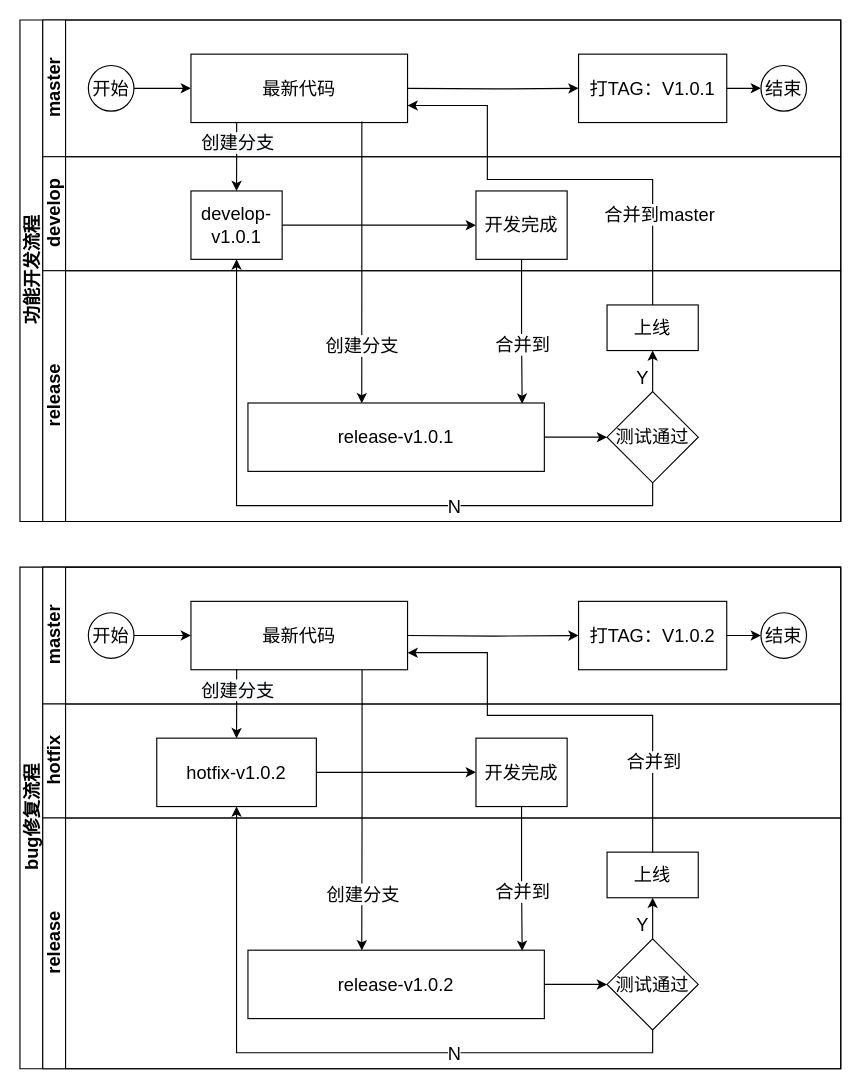
Above: page "git分支使用规范" (1 of 4) of 研发规范.drawio in aspojo/diagrams (draw.io), before the change. Source tidied: cells renumbered, new cells numbered last; positions are measured from the earlier drawing's top-left corner, leaving out a move shared by most shapes. Both pictures are drawn from the tidied source at 114%, with x=0, y=0 at pixel (19, 19).
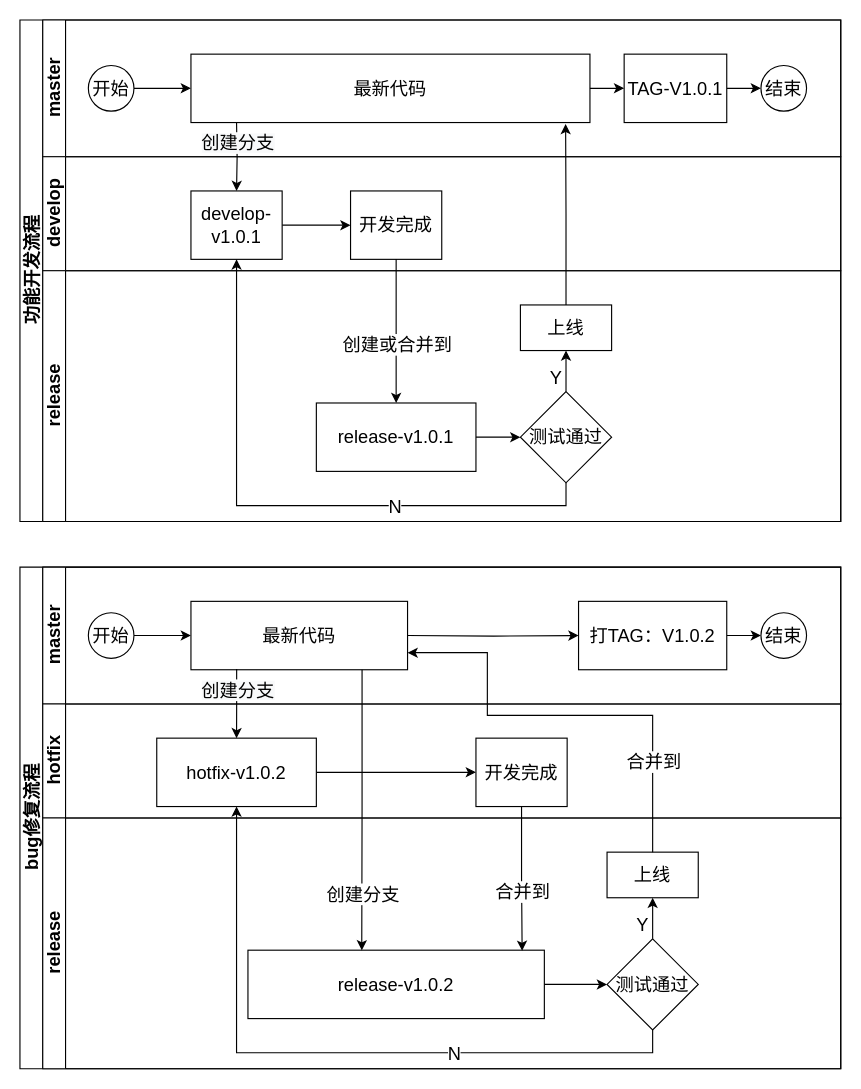
Above is the later version.

Commit message (it also covers changes not shown here):
更新研发规范.drawio

Unchanged cells that the change refers to:
```xml
<mxCell id="2" value="功能开发流程" style="swimlane;html=1;horizontal=0;startSize=20;fontSize=16;" parent="1" vertex="1">
  <mxGeometry width="720" height="440" as="geometry" />
</mxCell>
<mxCell id="3" value="master" style="swimlane;html=1;startSize=20;horizontal=0;fontSize=16;" parent="2" vertex="1">
  <mxGeometry x="20" width="700" height="120" as="geometry" />
</mxCell>
<mxCell id="11" value="develop" style="swimlane;html=1;startSize=20;horizontal=0;fontSize=16;" parent="2" vertex="1">
  <mxGeometry x="20" y="120" width="700" height="100" as="geometry" />
</mxCell>
<mxCell id="13" value="develop-v1.0.1" style="rounded=0;whiteSpace=wrap;html=1;fontFamily=Helvetica;fontSize=16;fontColor=#000000;align=center;" parent="11" vertex="1">
  <mxGeometry x="130" y="30" width="80" height="60" as="geometry" />
</mxCell>
<mxCell id="15" value="release" style="swimlane;html=1;startSize=20;horizontal=0;fontSize=16;" parent="2" vertex="1">
  <mxGeometry x="20" y="220" width="700" height="220" as="geometry" />
</mxCell>
```

Change to the diagram source:
```diff
@@
     <mxCell id="6" value="最新代码" style="rounded=0;whiteSpace=wrap;html=1;fontFamily=Helvetica;fontSize=16;fontColor=#000000;align=center;" parent="3" vertex="1">
-      <mxGeometry x="130" y="30" width="190" height="60" as="geometry" />
+      <mxGeometry x="130" y="30" width="350" height="60" as="geometry" />
     </mxCell>
@@
-    <mxCell id="8" value="打TAG：V1.0.1" style="rounded=0;whiteSpace=wrap;html=1;fontFamily=Helvetica;fontSize=16;fontColor=#000000;align=center;" parent="3" vertex="1">
-      <mxGeometry x="470" y="30" width="130" height="60" as="geometry" />
+    <mxCell id="8" value="TAG-V1.0.1" style="rounded=0;whiteSpace=wrap;html=1;fontFamily=Helvetica;fontSize=16;fontColor=#000000;align=center;" parent="3" vertex="1">
+      <mxGeometry x="510" y="30" width="90" height="60" as="geometry" />
     </mxCell>
@@
-    <mxCell id="10" style="edgeStyle=orthogonalEdgeStyle;rounded=0;jettySize=auto;html=1;fontSize=16;" parent="3" edge="1" target="8">
-      <mxGeometry relative="1" as="geometry">
-        <mxPoint x="320" y="60" as="sourcePoint" />
-      </mxGeometry>
+    <mxCell id="10" style="edgeStyle=orthogonalEdgeStyle;rounded=0;jettySize=auto;html=1;fontSize=16;exitX=1;exitY=0.5;exitDx=0;exitDy=0;" parent="3" edge="1" source="6" target="8">
+      <mxGeometry relative="1" as="geometry" />
     </mxCell>
@@
     <mxCell id="14" value="开发完成" style="rounded=0;whiteSpace=wrap;html=1;fontFamily=Helvetica;fontSize=16;fontColor=#000000;align=center;" parent="11" vertex="1">
-      <mxGeometry x="380" y="30" width="80" height="60" as="geometry" />
+      <mxGeometry x="270" y="30" width="80" height="60" as="geometry" />
     </mxCell>
@@
     <mxCell id="16" value="release-v1.0.1" style="rounded=0;whiteSpace=wrap;html=1;fontFamily=Helvetica;fontSize=16;fontColor=#000000;align=center;" parent="15" vertex="1">
-      <mxGeometry x="180" y="116" width="260" height="60" as="geometry" />
+      <mxGeometry x="240" y="116" width="140" height="60" as="geometry" />
     </mxCell>
     <mxCell id="17" value="测试通过" style="rhombus;whiteSpace=wrap;html=1;fontColor=#000000;rounded=0;fontSize=16;" parent="15" vertex="1">
-      <mxGeometry x="495" y="106" width="80" height="80" as="geometry" />
+      <mxGeometry x="419" y="106" width="80" height="80" as="geometry" />
     </mxCell>
@@
     <mxCell id="19" value="上线" style="rounded=0;whiteSpace=wrap;html=1;fontFamily=Helvetica;fontSize=16;fontColor=#000000;align=center;" parent="15" vertex="1">
-      <mxGeometry x="495" y="30" width="80" height="40" as="geometry" />
+      <mxGeometry x="419" y="30" width="80" height="40" as="geometry" />
     </mxCell>
@@
-    <mxCell id="22" style="edgeStyle=orthogonalEdgeStyle;rounded=0;jettySize=auto;html=1;entryX=0.5;entryY=0;entryDx=0;entryDy=0;fontSize=16;exitX=0.211;exitY=1.003;exitDx=0;exitDy=0;exitPerimeter=0;" parent="2" edge="1" source="6" target="13">
-      <mxGeometry relative="1" as="geometry" />
+    <mxCell id="22" style="edgeStyle=orthogonalEdgeStyle;rounded=0;jettySize=auto;html=1;entryX=0.5;entryY=0;entryDx=0;entryDy=0;fontSize=16;" parent="2" edge="1" target="13">
+      <mxGeometry relative="1" as="geometry">
+        <mxPoint x="190" y="90" as="sourcePoint" />
+      </mxGeometry>
     </mxCell>
@@
-    <mxCell id="24" style="edgeStyle=orthogonalEdgeStyle;rounded=0;jettySize=auto;html=1;fontSize=16;exitX=0.5;exitY=1;exitDx=0;exitDy=0;entryX=0.925;entryY=0.01;entryDx=0;entryDy=0;entryPerimeter=0;" parent="2" edge="1" source="14" target="16">
+    <mxCell id="24" style="edgeStyle=orthogonalEdgeStyle;rounded=0;jettySize=auto;html=1;fontSize=16;exitX=0.5;exitY=1;exitDx=0;exitDy=0;" parent="2" edge="1" source="14" target="16">
       <mxGeometry relative="1" as="geometry" />
     </mxCell>
-    <mxCell id="25" value="合并到" style="edgeLabel;html=1;align=center;verticalAlign=middle;fontSize=16;" parent="24" vertex="1">
+    <mxCell id="25" value="创建或合并到" style="edgeLabel;html=1;align=center;verticalAlign=middle;fontSize=16;" parent="24" vertex="1">
       <mxGeometry x="0.23" relative="1" as="geometry">
         <mxPoint y="-3" as="offset" />
       </mxGeometry>
     </mxCell>
-    <mxCell id="26" style="edgeStyle=orthogonalEdgeStyle;rounded=0;jettySize=auto;html=1;fontSize=16;entryX=0.384;entryY=0.003;entryDx=0;entryDy=0;entryPerimeter=0;exitX=0.789;exitY=0.986;exitDx=0;exitDy=0;exitPerimeter=0;" parent="2" edge="1" source="6" target="16">
-      <mxGeometry relative="1" as="geometry" />
-    </mxCell>
-    <mxCell id="27" value="创建分支" style="edgeLabel;html=1;align=center;verticalAlign=middle;fontSize=16;" parent="26" vertex="1">
-      <mxGeometry x="-0.88" y="1" relative="1" as="geometry">
-        <mxPoint x="-1" y="181" as="offset" />
-      </mxGeometry>
-    </mxCell>
-    <mxCell id="28" style="edgeStyle=orthogonalEdgeStyle;rounded=0;jettySize=auto;html=1;fontSize=16;entryX=1;entryY=0.75;entryDx=0;entryDy=0;" parent="2" edge="1" source="19" target="6">
-      <mxGeometry relative="1" as="geometry">
-        <Array as="points">
-          <mxPoint x="555" y="140" />
-          <mxPoint x="410" y="140" />
-          <mxPoint x="410" y="75" />
-        </Array>
-      </mxGeometry>
-    </mxCell>
-    <mxCell id="29" value="合并到master" style="edgeLabel;html=1;align=center;verticalAlign=middle;fontSize=16;" parent="28" vertex="1">
-      <mxGeometry x="0.08" relative="1" as="geometry">
-        <mxPoint x="106" y="30" as="offset" />
-      </mxGeometry>
-    </mxCell>
@@
+    <mxCell id="28" style="edgeStyle=orthogonalEdgeStyle;rounded=0;jettySize=auto;html=1;exitX=0.5;exitY=0;exitDx=0;exitDy=0;entryX=0.939;entryY=1.021;entryDx=0;entryDy=0;entryPerimeter=0;" parent="2" edge="1" source="19" target="6">
+      <mxGeometry relative="1" as="geometry" />
+    </mxCell>
```
